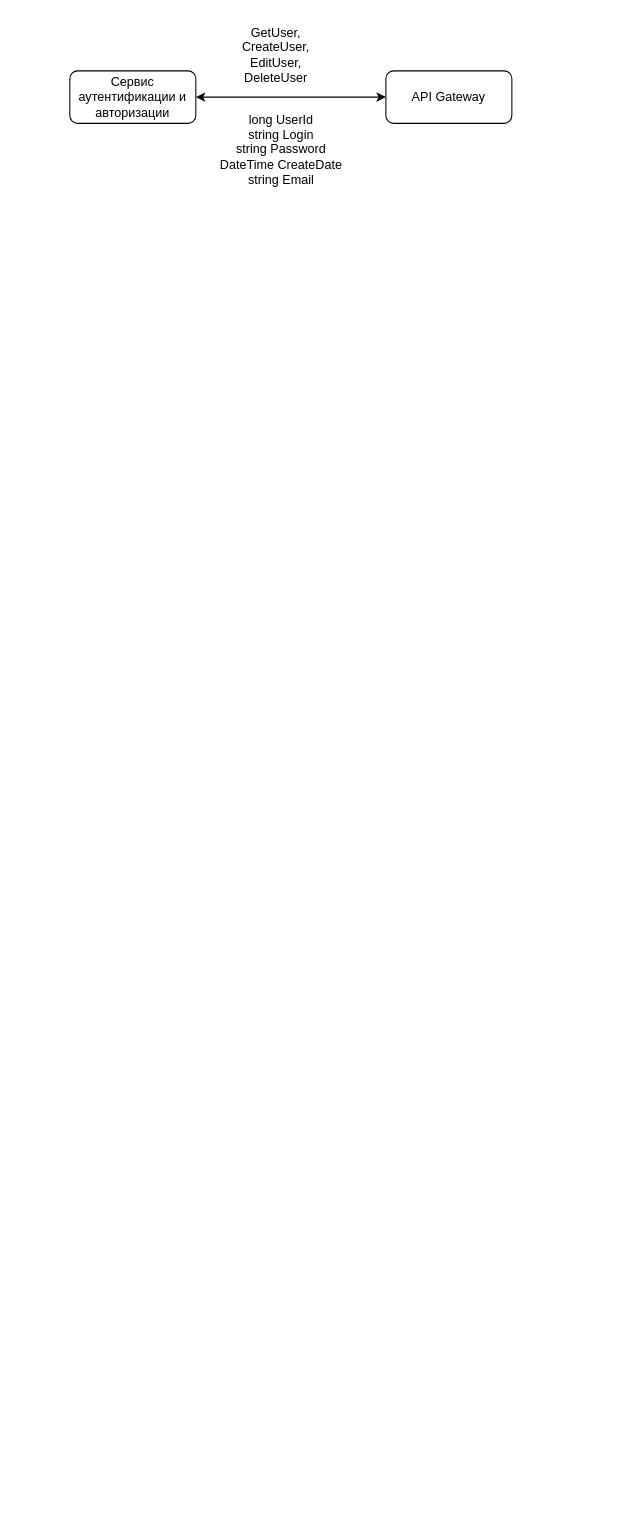
Before: Homework1/Контракты.drawio in flash1250/Otus, a draw.io diagram. Source tidied: cells renumbered, new cells numbered last; positions are measured from the earlier drawing's top-left corner, leaving out a move shared by most shapes. Both pictures are drawn from the tidied source at 105%, with x=0, y=0 at pixel (69, 18).
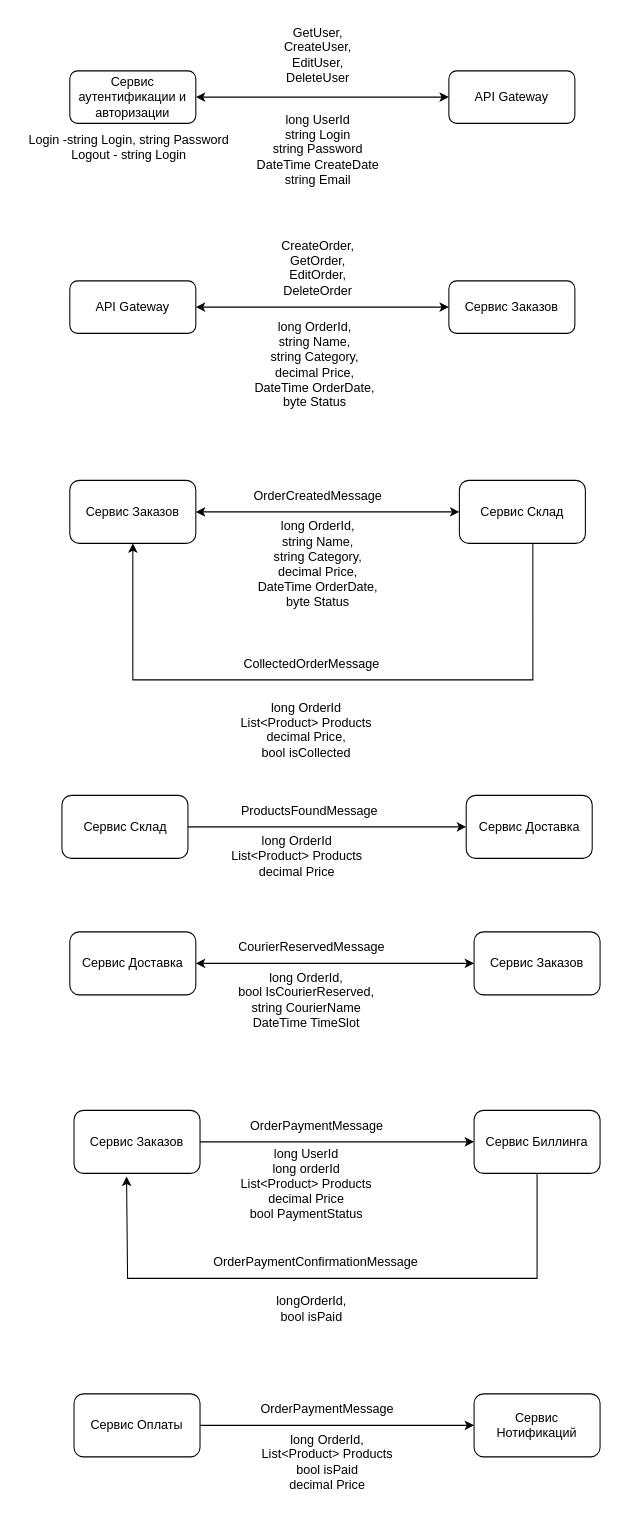
The same diagram, later.

What changed in the source:
```diff
@@
     <mxCell id="2" value="API Gateway" style="rounded=1;whiteSpace=wrap;html=1;fontSize=12;glass=0;strokeWidth=1;shadow=0;" parent="1" vertex="1">
-      <mxGeometry x="301" y="50" width="120" height="50" as="geometry" />
+      <mxGeometry x="361" y="50" width="120" height="50" as="geometry" />
     </mxCell>
@@
     <mxCell id="5" value="GetUser,&lt;div&gt;CreateUser,&lt;/div&gt;&lt;div&gt;EditUser,&lt;/div&gt;&lt;div&gt;DeleteUser&lt;/div&gt;" style="text;html=1;align=center;verticalAlign=middle;strokeColor=none;fillColor=none;" parent="1" vertex="1">
-      <mxGeometry x="151" width="90" height="70" as="geometry" />
+      <mxGeometry x="191" width="90" height="70" as="geometry" />
     </mxCell>
     <mxCell id="6" value="long UserId&lt;div&gt;string Login&lt;/div&gt;&lt;div&gt;string Password&lt;/div&gt;&lt;div&gt;DateTime CreateDate&lt;/div&gt;&lt;div&gt;string Email&lt;/div&gt;" style="text;html=1;align=center;verticalAlign=middle;strokeColor=none;fillColor=none;" parent="1" vertex="1">
-      <mxGeometry x="131" y="80" width="140" height="90" as="geometry" />
+      <mxGeometry x="166" y="80" width="140" height="90" as="geometry" />
     </mxCell>
+    <mxCell id="7" value="Login -string Login, string Password&lt;div&gt;Logout - string Login&lt;br&gt;&lt;div&gt;&lt;br&gt;&lt;/div&gt;&lt;/div&gt;" style="text;html=1;align=center;verticalAlign=middle;strokeColor=none;fillColor=none;" parent="1" vertex="1">
+      <mxGeometry x="-49" y="100" width="210" height="60" as="geometry" />
+    </mxCell>
+    <mxCell id="8" value="API Gateway" style="rounded=1;whiteSpace=wrap;html=1;fontSize=12;glass=0;strokeWidth=1;shadow=0;" parent="1" vertex="1">
+      <mxGeometry y="250" width="120" height="50" as="geometry" />
+    </mxCell>
+    <mxCell id="9" value="Сервис Заказов" style="rounded=1;whiteSpace=wrap;html=1;fontSize=12;glass=0;strokeWidth=1;shadow=0;" parent="1" vertex="1">
+      <mxGeometry x="361" y="250" width="120" height="50" as="geometry" />
+    </mxCell>
+    <mxCell id="10" style="endArrow=classic;startArrow=classic;html=1;rounded=0;exitX=1;exitY=0.5;exitDx=0;exitDy=0;entryX=0;entryY=0.5;entryDx=0;entryDy=0;" parent="1" edge="1" source="8" target="9">
+      <mxGeometry relative="1" as="geometry" />
+    </mxCell>
+    <mxCell id="11" value="CreateOrder,&lt;div&gt;GetOrder,&lt;br&gt;&lt;div&gt;EditOrder,&lt;/div&gt;&lt;div&gt;DeleteOrder&lt;/div&gt;&lt;div&gt;&lt;br&gt;&lt;/div&gt;&lt;/div&gt;" style="text;html=1;align=center;verticalAlign=middle;strokeColor=none;fillColor=none;" parent="1" vertex="1">
+      <mxGeometry x="191" y="200" width="90" height="90" as="geometry" />
+    </mxCell>
+    <mxCell id="12" value="long OrderId,&lt;div&gt;string Name,&lt;/div&gt;&lt;div&gt;string Category,&lt;/div&gt;&lt;div&gt;decimal Price,&lt;/div&gt;&lt;div&gt;DateTime OrderDate,&lt;/div&gt;&lt;div&gt;byte Status&lt;/div&gt;" style="text;html=1;align=center;verticalAlign=middle;strokeColor=none;fillColor=none;" parent="1" vertex="1">
+      <mxGeometry x="162.5" y="280" width="140" height="100" as="geometry" />
+    </mxCell>
+    <mxCell id="13" value="Сервис Заказов" style="rounded=1;whiteSpace=wrap;html=1;fontSize=12;glass=0;strokeWidth=1;shadow=0;" parent="1" vertex="1">
+      <mxGeometry y="440" width="120" height="60" as="geometry" />
+    </mxCell>
+    <mxCell id="14" value="Сервис Склад" style="rounded=1;whiteSpace=wrap;html=1;fontSize=12;glass=0;strokeWidth=1;shadow=0;" parent="1" vertex="1">
+      <mxGeometry x="371" y="440" width="120" height="60" as="geometry" />
+    </mxCell>
+    <mxCell id="15" style="endArrow=classic;startArrow=classic;html=1;rounded=0;exitX=1;exitY=0.5;exitDx=0;exitDy=0;entryX=0;entryY=0.5;entryDx=0;entryDy=0;" parent="1" edge="1" source="13" target="14">
+      <mxGeometry relative="1" as="geometry" />
+    </mxCell>
+    <mxCell id="16" value="OrderCreatedMessage" style="text;html=1;align=center;verticalAlign=middle;strokeColor=none;fillColor=none;" parent="1" vertex="1">
+      <mxGeometry x="161" y="440" width="150" height="30" as="geometry" />
+    </mxCell>
+    <mxCell id="17" value="long OrderId,&lt;div&gt;string Name,&lt;/div&gt;&lt;div&gt;string Category,&lt;/div&gt;&lt;div&gt;decimal Price,&lt;/div&gt;&lt;div&gt;DateTime OrderDate,&lt;/div&gt;&lt;div&gt;byte Status&lt;/div&gt;" style="text;html=1;align=center;verticalAlign=middle;strokeColor=none;fillColor=none;" parent="1" vertex="1">
+      <mxGeometry x="166" y="470" width="140" height="100" as="geometry" />
+    </mxCell>
+    <mxCell id="18" value="Сервис Склад" style="rounded=1;whiteSpace=wrap;html=1;fontSize=12;glass=0;strokeWidth=1;shadow=0;" parent="1" vertex="1">
+      <mxGeometry x="-7.5" y="740" width="120" height="60" as="geometry" />
+    </mxCell>
+    <mxCell id="19" value="Сервис Доставка" style="rounded=1;whiteSpace=wrap;html=1;fontSize=12;glass=0;strokeWidth=1;shadow=0;" parent="1" vertex="1">
+      <mxGeometry x="377.5" y="740" width="120" height="60" as="geometry" />
+    </mxCell>
+    <mxCell id="20" value="ProductsFoundMessage" style="text;html=1;align=center;verticalAlign=middle;strokeColor=none;fillColor=none;" parent="1" vertex="1">
+      <mxGeometry x="152.5" y="740" width="150" height="30" as="geometry" />
+    </mxCell>
+    <mxCell id="21" value="&lt;div&gt;long OrderId&lt;/div&gt;List&amp;lt;Product&amp;gt; Products&lt;div&gt;decimal Price&lt;/div&gt;&lt;div&gt;&lt;br&gt;&lt;/div&gt;" style="text;html=1;align=center;verticalAlign=middle;strokeColor=none;fillColor=none;" parent="1" vertex="1">
+      <mxGeometry x="141" y="770" width="150" height="70" as="geometry" />
+    </mxCell>
+    <mxCell id="22" value="Сервис Доставка" style="rounded=1;whiteSpace=wrap;html=1;fontSize=12;glass=0;strokeWidth=1;shadow=0;" parent="1" vertex="1">
+      <mxGeometry y="870" width="120" height="60" as="geometry" />
+    </mxCell>
+    <mxCell id="23" value="Сервис Заказов" style="rounded=1;whiteSpace=wrap;html=1;fontSize=12;glass=0;strokeWidth=1;shadow=0;" parent="1" vertex="1">
+      <mxGeometry x="385" y="870" width="120" height="60" as="geometry" />
+    </mxCell>
+    <mxCell id="24" style="endArrow=classic;startArrow=classic;html=1;rounded=0;entryX=0;entryY=0.5;entryDx=0;entryDy=0;exitX=1;exitY=0.5;exitDx=0;exitDy=0;" parent="1" edge="1" source="22" target="23">
+      <mxGeometry relative="1" as="geometry" />
+    </mxCell>
+    <mxCell id="25" value="CourierReservedMessage" style="text;html=1;align=center;verticalAlign=middle;strokeColor=none;fillColor=none;" parent="1" vertex="1">
+      <mxGeometry x="150" y="870" width="160" height="30" as="geometry" />
+    </mxCell>
+    <mxCell id="26" value="long OrderId,&lt;div&gt;bool IsCourierReserved,&lt;/div&gt;&lt;div&gt;string CourierName&lt;/div&gt;&lt;div&gt;DateTime TimeSlot&lt;/div&gt;" style="text;html=1;align=center;verticalAlign=middle;strokeColor=none;fillColor=none;" parent="1" vertex="1">
+      <mxGeometry x="150" y="900" width="150" height="70" as="geometry" />
+    </mxCell>
+    <mxCell id="27" value="Сервис Заказов" style="rounded=1;whiteSpace=wrap;html=1;fontSize=12;glass=0;strokeWidth=1;shadow=0;" parent="1" vertex="1">
+      <mxGeometry x="4" y="1040" width="120" height="60" as="geometry" />
+    </mxCell>
+    <mxCell id="28" value="Сервис Биллинга" style="rounded=1;whiteSpace=wrap;html=1;fontSize=12;glass=0;strokeWidth=1;shadow=0;" parent="1" vertex="1">
+      <mxGeometry x="385" y="1040" width="120" height="60" as="geometry" />
+    </mxCell>
+    <mxCell id="29" value="OrderPaymentMessage" style="text;html=1;align=center;verticalAlign=middle;strokeColor=none;fillColor=none;" parent="1" vertex="1">
+      <mxGeometry x="160" y="1040" width="150" height="30" as="geometry" />
+    </mxCell>
+    <mxCell id="30" value="&lt;div&gt;long UserId&lt;/div&gt;long orderId&lt;div&gt;List&amp;lt;Product&amp;gt; Products&lt;br&gt;&lt;div&gt;decimal Price&lt;/div&gt;&lt;div&gt;bool PaymentStatus&lt;/div&gt;&lt;/div&gt;" style="text;html=1;align=center;verticalAlign=middle;strokeColor=none;fillColor=none;" parent="1" vertex="1">
+      <mxGeometry x="150" y="1065" width="150" height="90" as="geometry" />
+    </mxCell>
+    <mxCell id="31" style="endArrow=classic;html=1;rounded=0;exitX=1;exitY=0.5;exitDx=0;exitDy=0;" parent="1" edge="1" source="27" target="28">
+      <mxGeometry relative="1" as="geometry" />
+    </mxCell>
+    <mxCell id="32" style="endArrow=classic;html=1;rounded=0;exitX=0.5;exitY=1;exitDx=0;exitDy=0;entryX=0.417;entryY=1.05;entryDx=0;entryDy=0;entryPerimeter=0;" parent="1" edge="1" source="28" target="27">
+      <mxGeometry relative="1" as="geometry">
+        <Array as="points">
+          <mxPoint x="445" y="1200" />
+          <mxPoint x="235" y="1200" />
+          <mxPoint x="55" y="1200" />
+        </Array>
+      </mxGeometry>
+    </mxCell>
+    <mxCell id="33" value="OrderPaymentConfirmationMessage" style="text;html=1;align=center;verticalAlign=middle;strokeColor=none;fillColor=none;" parent="1" vertex="1">
+      <mxGeometry x="124" y="1170" width="220" height="30" as="geometry" />
+    </mxCell>
+    <mxCell id="34" value="longOrderId,&lt;div&gt;bool isPaid&lt;/div&gt;" style="text;html=1;align=center;verticalAlign=middle;strokeColor=none;fillColor=none;" parent="1" vertex="1">
+      <mxGeometry x="185" y="1209" width="90" height="40" as="geometry" />
+    </mxCell>
+    <mxCell id="35" value="Сервис Оплаты" style="rounded=1;whiteSpace=wrap;html=1;fontSize=12;glass=0;strokeWidth=1;shadow=0;" parent="1" vertex="1">
+      <mxGeometry x="4" y="1310" width="120" height="60" as="geometry" />
+    </mxCell>
+    <mxCell id="36" value="Сервис Нотификаций" style="rounded=1;whiteSpace=wrap;html=1;fontSize=12;glass=0;strokeWidth=1;shadow=0;" parent="1" vertex="1">
+      <mxGeometry x="385" y="1310" width="120" height="60" as="geometry" />
+    </mxCell>
+    <mxCell id="37" style="endArrow=classic;html=1;rounded=0;exitX=1;exitY=0.5;exitDx=0;exitDy=0;entryX=0;entryY=0.5;entryDx=0;entryDy=0;" parent="1" edge="1" source="35" target="36">
+      <mxGeometry relative="1" as="geometry" />
+    </mxCell>
+    <mxCell id="38" value="OrderPaymentMessage" style="text;html=1;align=center;verticalAlign=middle;strokeColor=none;fillColor=none;" parent="1" vertex="1">
+      <mxGeometry x="170" y="1310" width="150" height="30" as="geometry" />
+    </mxCell>
+    <mxCell id="39" value="long OrderId,&lt;div&gt;List&amp;lt;Product&amp;gt; Products&lt;br&gt;&lt;div&gt;bool isPaid&lt;/div&gt;&lt;/div&gt;&lt;div&gt;decimal Price&lt;br&gt;&lt;/div&gt;" style="text;html=1;align=center;verticalAlign=middle;strokeColor=none;fillColor=none;" parent="1" vertex="1">
+      <mxGeometry x="170" y="1340" width="150" height="70" as="geometry" />
+    </mxCell>
+    <mxCell id="40" style="endArrow=classic;html=1;rounded=0;exitX=1;exitY=0.5;exitDx=0;exitDy=0;entryX=0;entryY=0.5;entryDx=0;entryDy=0;" parent="1" edge="1" source="18" target="19">
+      <mxGeometry relative="1" as="geometry" />
+    </mxCell>
+    <mxCell id="41" value="CollectedOrderMessage" style="text;html=1;align=center;verticalAlign=middle;strokeColor=none;fillColor=none;" parent="1" vertex="1">
+      <mxGeometry x="155" y="600" width="150" height="30" as="geometry" />
+    </mxCell>
+    <mxCell id="42" value="&lt;div&gt;&lt;div&gt;long OrderId&lt;/div&gt;List&amp;lt;Product&amp;gt; Products&lt;div&gt;decimal Price,&lt;/div&gt;&lt;div&gt;bool isCollected&lt;/div&gt;&lt;div&gt;&lt;br&gt;&lt;/div&gt;&lt;/div&gt;" style="text;html=1;align=center;verticalAlign=middle;strokeColor=none;fillColor=none;" parent="1" vertex="1">
+      <mxGeometry x="150" y="640" width="150" height="90" as="geometry" />
+    </mxCell>
+    <mxCell id="43" style="endArrow=classic;html=1;rounded=0;exitX=0.583;exitY=1;exitDx=0;exitDy=0;entryX=0.5;entryY=1;entryDx=0;entryDy=0;exitPerimeter=0;" parent="1" edge="1" source="14" target="13">
+      <mxGeometry relative="1" as="geometry">
+        <Array as="points">
+          <mxPoint x="441" y="630" />
+          <mxPoint x="221" y="630" />
+          <mxPoint x="60" y="630" />
+        </Array>
+      </mxGeometry>
+    </mxCell>
```
